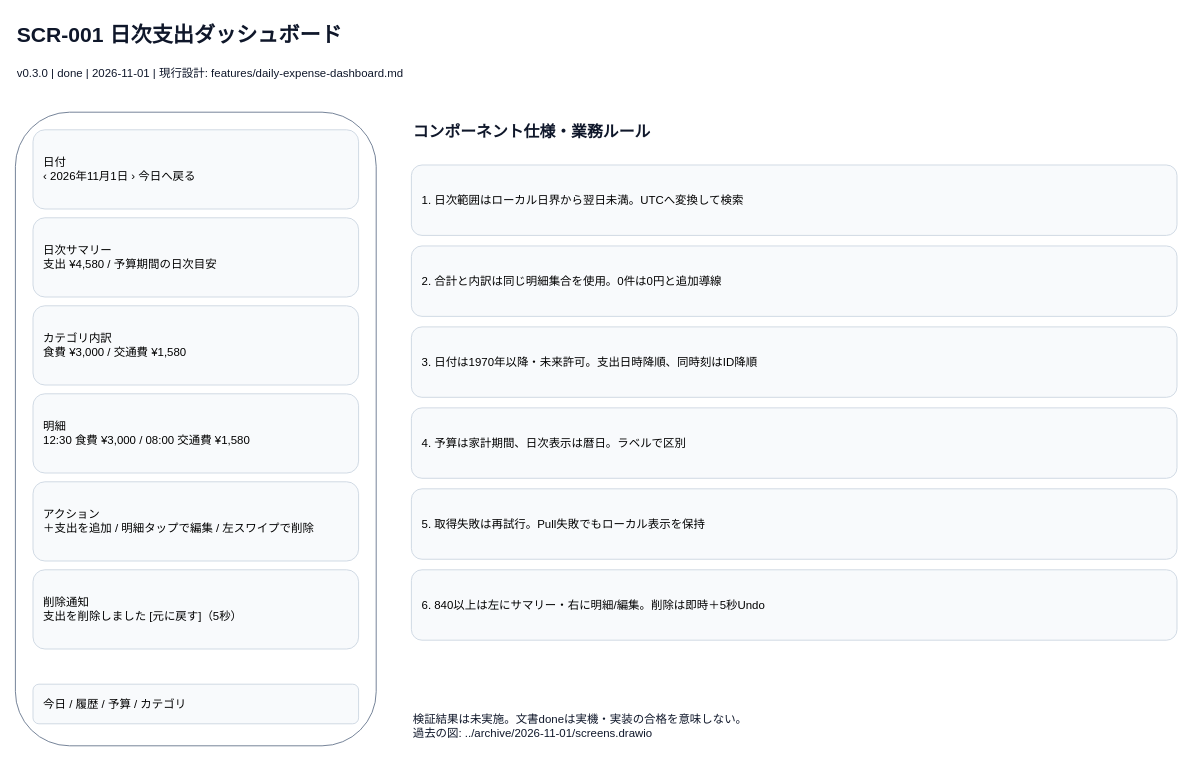
Earlier version of the draw.io diagram page "日次支出ダッシュボード" (1 of 8) of docs/spec/screens.drawio (tombee-studio/self-management-app). Source tidied: cells renumbered, new cells numbered last; positions are measured from the earlier drawing's top-left corner, leaving out a move shared by most shapes. Both pictures are drawn from the tidied source at 88%, with x=0, y=0 at pixel (15, 15).
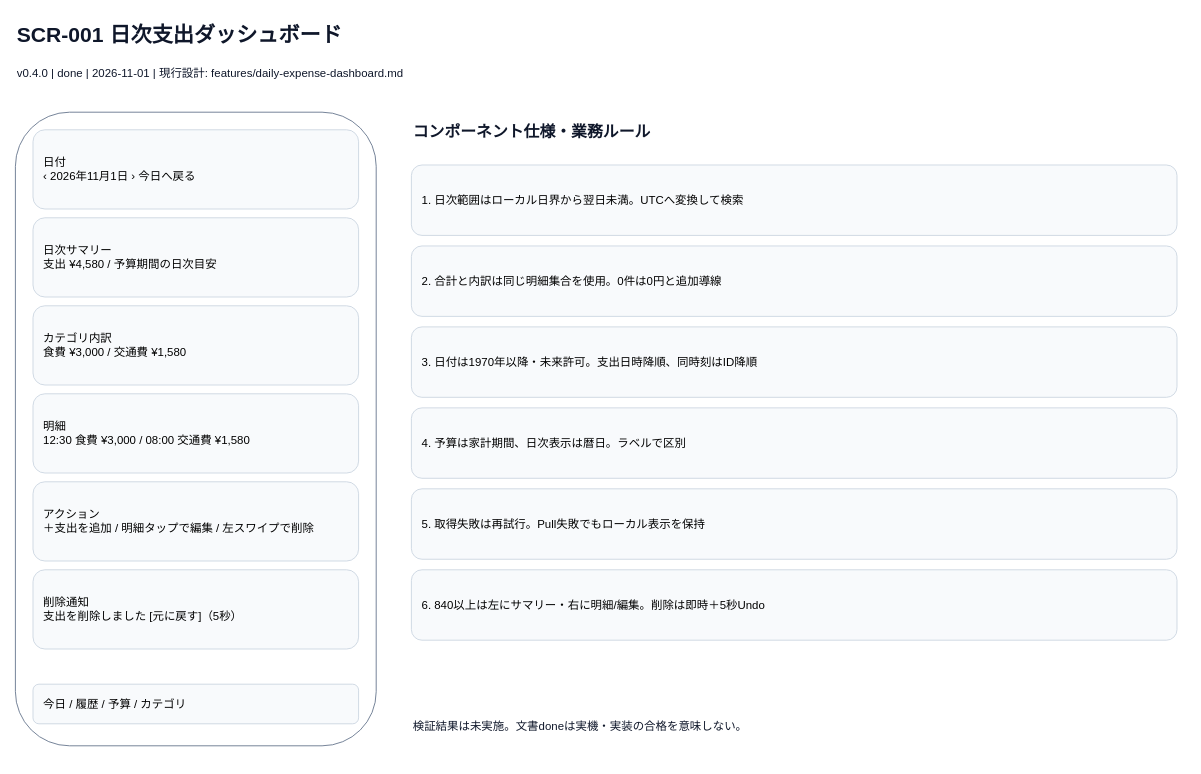
The same diagram, later.

The edit, as a diff of the source:
```diff
@@
 <mxGraphModel>
   <root>
     <mxCell id="0" />
     <mxCell id="1" parent="0" />
     <mxCell id="2" value="SCR-001  日次支出ダッシュボード" style="text;html=0;align=left;verticalAlign=middle;whiteSpace=wrap;overflow=hidden;fontSize=13;fontColor=#0F172A;fontSize=24;fontStyle=1;" parent="1" vertex="1">
       <mxGeometry width="1300" height="45" as="geometry" />
     </mxCell>
-    <mxCell id="3" value="v0.3.0 | done | 2026-11-01 | 現行設計: features/daily-expense-dashboard.md" style="text;html=0;align=left;verticalAlign=middle;whiteSpace=wrap;overflow=hidden;fontSize=13;fontColor=#0F172A;" parent="1" vertex="1">
+    <mxCell id="3" value="v0.4.0 | done | 2026-11-01 | 現行設計: features/daily-expense-dashboard.md" style="text;html=0;align=left;verticalAlign=middle;whiteSpace=wrap;overflow=hidden;fontSize=13;fontColor=#0F172A;" parent="1" vertex="1">
       <mxGeometry y="50" width="1300" height="30" as="geometry" />
     </mxCell>
     <mxCell id="4" style="rounded=1;fillColor=#FFFFFF;strokeColor=#64748B;" parent="1" vertex="1">
       <mxGeometry y="110" width="410" height="720" as="geometry" />
     </mxCell>
     <mxCell id="5" value="日付&#10;‹ 2026年11月1日 ›  今日へ戻る" style="rounded=1;whiteSpace=wrap;html=0;fillColor=#F8FAFC;strokeColor=#CBD5E1;align=left;spacing=12;fontSize=13;" parent="1" vertex="1">
       <mxGeometry x="20" y="130" width="370" height="90" as="geometry" />
     </mxCell>
     <mxCell id="6" value="日次サマリー&#10;支出 ¥4,580 / 予算期間の日次目安" style="rounded=1;whiteSpace=wrap;html=0;fillColor=#F8FAFC;strokeColor=#CBD5E1;align=left;spacing=12;fontSize=13;" parent="1" vertex="1">
       <mxGeometry x="20" y="230" width="370" height="90" as="geometry" />
     </mxCell>
     <mxCell id="7" value="カテゴリ内訳&#10;食費 ¥3,000 / 交通費 ¥1,580" style="rounded=1;whiteSpace=wrap;html=0;fillColor=#F8FAFC;strokeColor=#CBD5E1;align=left;spacing=12;fontSize=13;" parent="1" vertex="1">
       <mxGeometry x="20" y="330" width="370" height="90" as="geometry" />
     </mxCell>
     <mxCell id="8" value="明細&#10;12:30 食費 ¥3,000 / 08:00 交通費 ¥1,580" style="rounded=1;whiteSpace=wrap;html=0;fillColor=#F8FAFC;strokeColor=#CBD5E1;align=left;spacing=12;fontSize=13;" parent="1" vertex="1">
       <mxGeometry x="20" y="430" width="370" height="90" as="geometry" />
     </mxCell>
     <mxCell id="9" value="アクション&#10;＋支出を追加 / 明細タップで編集 / 左スワイプで削除" style="rounded=1;whiteSpace=wrap;html=0;fillColor=#F8FAFC;strokeColor=#CBD5E1;align=left;spacing=12;fontSize=13;" parent="1" vertex="1">
       <mxGeometry x="20" y="530" width="370" height="90" as="geometry" />
     </mxCell>
     <mxCell id="10" value="削除通知&#10;支出を削除しました [元に戻す]（5秒）" style="rounded=1;whiteSpace=wrap;html=0;fillColor=#F8FAFC;strokeColor=#CBD5E1;align=left;spacing=12;fontSize=13;" parent="1" vertex="1">
       <mxGeometry x="20" y="630" width="370" height="90" as="geometry" />
     </mxCell>
     <mxCell id="11" value="今日  /  履歴  /  予算  /  カテゴリ" style="rounded=1;whiteSpace=wrap;html=0;fillColor=#F8FAFC;strokeColor=#CBD5E1;align=left;spacing=12;fontSize=13;" parent="1" vertex="1">
       <mxGeometry x="20" y="760" width="370" height="45" as="geometry" />
     </mxCell>
     <mxCell id="12" value="コンポーネント仕様・業務ルール" style="text;html=0;align=left;verticalAlign=middle;whiteSpace=wrap;overflow=hidden;fontSize=13;fontColor=#0F172A;fontSize=18;fontStyle=1;" parent="1" vertex="1">
       <mxGeometry x="450" y="110" width="880" height="45" as="geometry" />
     </mxCell>
     <mxCell id="13" value="1. 日次範囲はローカル日界から翌日未満。UTCへ変換して検索" style="rounded=1;whiteSpace=wrap;html=0;fillColor=#F8FAFC;strokeColor=#CBD5E1;align=left;spacing=12;fontSize=13;" parent="1" vertex="1">
       <mxGeometry x="450" y="170" width="870" height="80" as="geometry" />
     </mxCell>
     <mxCell id="14" value="2. 合計と内訳は同じ明細集合を使用。0件は0円と追加導線" style="rounded=1;whiteSpace=wrap;html=0;fillColor=#F8FAFC;strokeColor=#CBD5E1;align=left;spacing=12;fontSize=13;" parent="1" vertex="1">
       <mxGeometry x="450" y="262" width="870" height="80" as="geometry" />
     </mxCell>
     <mxCell id="15" value="3. 日付は1970年以降・未来許可。支出日時降順、同時刻はID降順" style="rounded=1;whiteSpace=wrap;html=0;fillColor=#F8FAFC;strokeColor=#CBD5E1;align=left;spacing=12;fontSize=13;" parent="1" vertex="1">
       <mxGeometry x="450" y="354" width="870" height="80" as="geometry" />
     </mxCell>
     <mxCell id="16" value="4. 予算は家計期間、日次表示は暦日。ラベルで区別" style="rounded=1;whiteSpace=wrap;html=0;fillColor=#F8FAFC;strokeColor=#CBD5E1;align=left;spacing=12;fontSize=13;" parent="1" vertex="1">
       <mxGeometry x="450" y="446" width="870" height="80" as="geometry" />
     </mxCell>
     <mxCell id="17" value="5. 取得失敗は再試行。Pull失敗でもローカル表示を保持" style="rounded=1;whiteSpace=wrap;html=0;fillColor=#F8FAFC;strokeColor=#CBD5E1;align=left;spacing=12;fontSize=13;" parent="1" vertex="1">
       <mxGeometry x="450" y="538" width="870" height="80" as="geometry" />
     </mxCell>
     <mxCell id="18" value="6. 840以上は左にサマリー・右に明細/編集。削除は即時＋5秒Undo" style="rounded=1;whiteSpace=wrap;html=0;fillColor=#F8FAFC;strokeColor=#CBD5E1;align=left;spacing=12;fontSize=13;" parent="1" vertex="1">
       <mxGeometry x="450" y="630" width="870" height="80" as="geometry" />
     </mxCell>
-    <mxCell id="19" value="検証結果は未実施。文書doneは実機・実装の合格を意味しない。&#10;過去の図: ../archive/2026-11-01/screens.drawio" style="text;html=0;align=left;verticalAlign=middle;whiteSpace=wrap;overflow=hidden;fontSize=13;fontColor=#0F172A;" parent="1" vertex="1">
+    <mxCell id="19" value="検証結果は未実施。文書doneは実機・実装の合格を意味しない。" style="text;html=0;align=left;verticalAlign=middle;whiteSpace=wrap;overflow=hidden;fontSize=13;fontColor=#0F172A;" parent="1" vertex="1">
       <mxGeometry x="450" y="770" width="870" height="75" as="geometry" />
     </mxCell>
   </root>
 </mxGraphModel>
```
